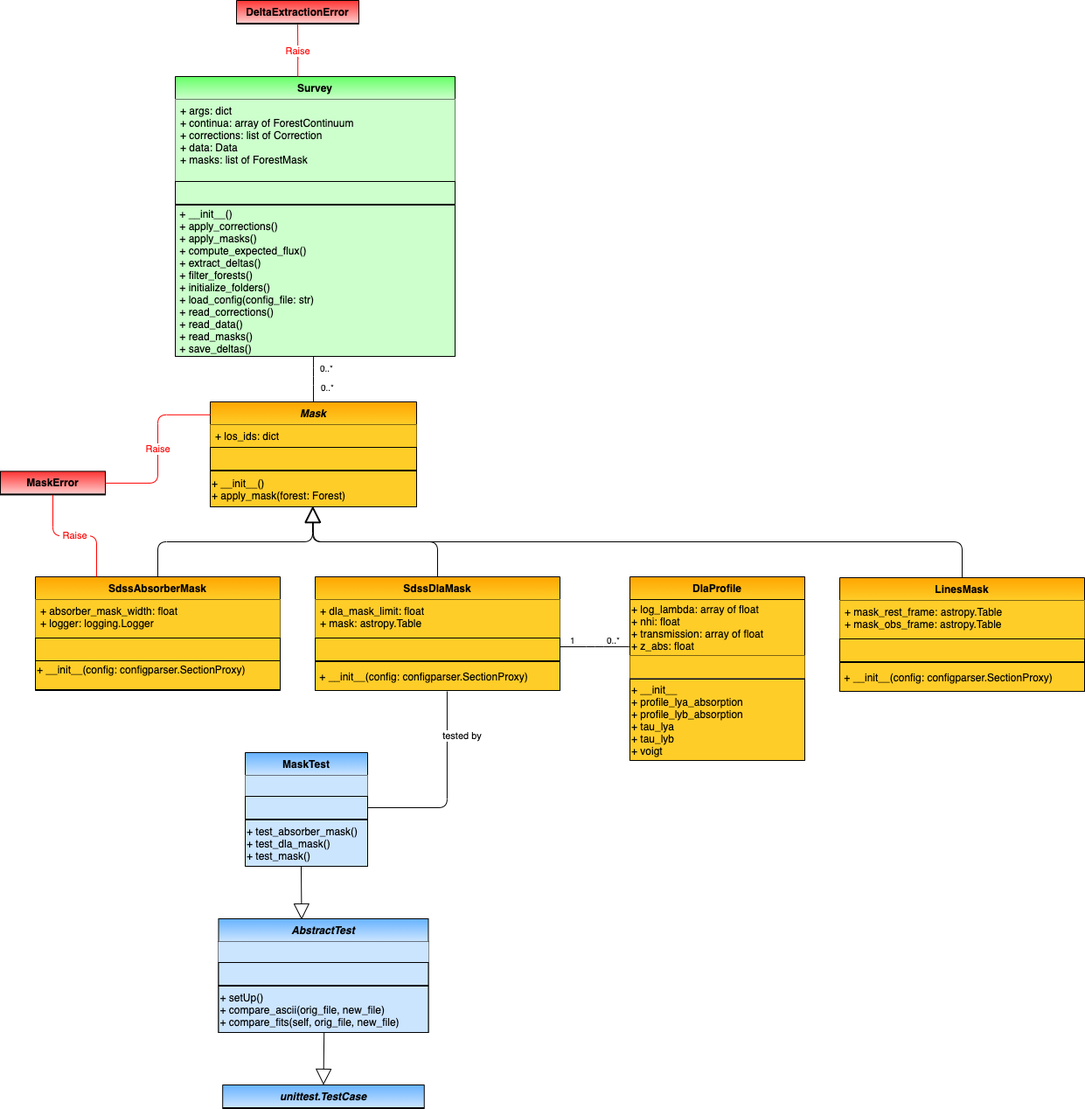
igmhub/picca keeps this draw.io diagram as docs/delta_extraction/data_model/data_model-Mask.png. Above is the earlier version. Source tidied: cells renumbered, new cells last; positions are measured from the earlier drawing's top-left corner, leaving out a move shared by most shapes.
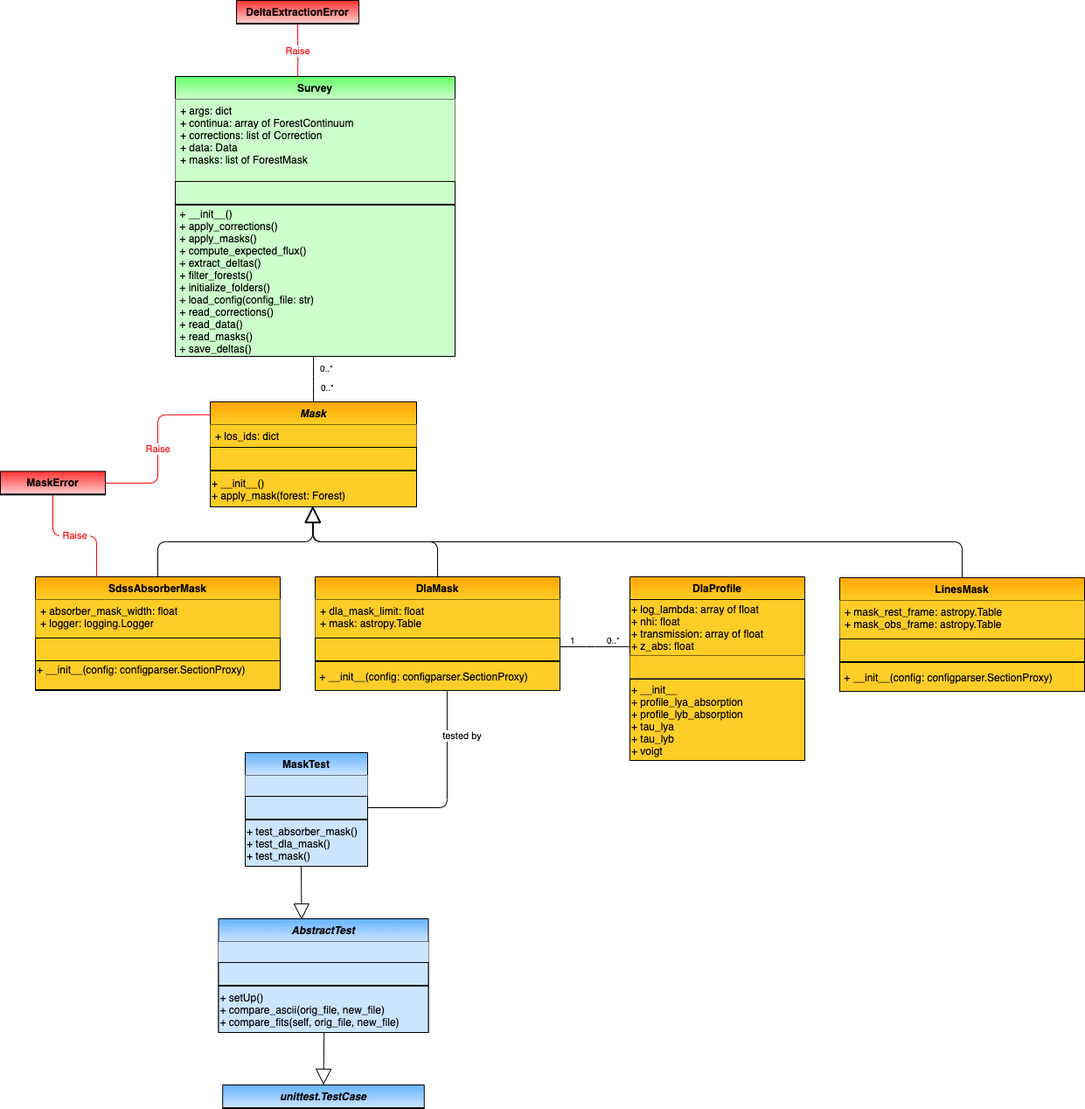
The same diagram one commit later.

Commit message:
extended sdss dla mask to also read desi data

Diff of the diagram source:
```diff
@@ -51,7 +51,7 @@
     <mxCell id="11" value=" + __init__()&#10; + apply_corrections()&#10; + apply_masks()&#10; + compute_expected_flux()&#10; + extract_deltas()&#10; + filter_forests()&#10; + initialize_folders() &#10; + load_config(config_file: str)&#10; + read_corrections() &#10; + read_data()&#10; + read_masks()&#10; + save_deltas()" style="text;strokeColor=#000000;align=left;verticalAlign=middle;overflow=hidden;points=[[0,0.5],[1,0.5]];portConstraint=eastwest;rounded=0;shadow=0;glass=0;comic=0;fontStyle=0;gradientColor=none;swimlaneFillColor=#ffffff;gradientDirection=north;startSize=26;fillColor=#CCFFCC;" parent="7" vertex="1">
       <mxGeometry y="147" width="320" height="173" as="geometry" />
     </mxCell>
-    <mxCell id="12" value="SdssDlaMask" style="swimlane;fontStyle=1;horizontal=1;startSize=26;fillColor=#ffcd28;swimlaneFillColor=#ffffff;rounded=0;shadow=0;glass=0;comic=0;strokeColor=#000000;gradientColor=#ffa500;swimlaneLine=1;gradientDirection=north;" parent="1" vertex="1">
+    <mxCell id="12" value="DlaMask" style="swimlane;fontStyle=1;horizontal=1;startSize=26;fillColor=#ffcd28;swimlaneFillColor=#ffffff;rounded=0;shadow=0;glass=0;comic=0;strokeColor=#000000;gradientColor=#ffa500;swimlaneLine=1;gradientDirection=north;" parent="1" vertex="1">
       <mxGeometry x="360" y="659" width="280" height="130" as="geometry" />
     </mxCell>
     <mxCell id="13" value="+ dla_mask_limit: float&#10;+ mask: astropy.Table" style="text;strokeColor=none;fillColor=#ffcd28;align=left;verticalAlign=top;spacingLeft=4;spacingRight=4;overflow=hidden;gradientColor=none;" parent="12" vertex="1">
```
